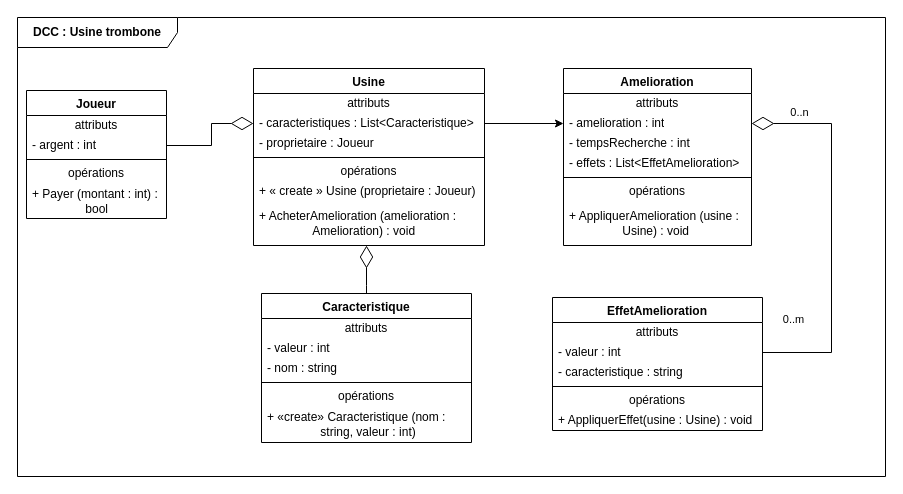
Above: page "Page-5" (5 of 5) of projet-integrateur-1/conception/exemple1-conception.drawio in Cours-Alexandre-Ouellet/cours-alexandre-ouellet.github.io (draw.io), before the change. Source tidied: cells renumbered, new cells numbered last; positions are measured from the earlier drawing's top-left corner, leaving out a move shared by most shapes. Both pictures are drawn from the tidied source at 100%, with x=0, y=0 at pixel (17, 17).
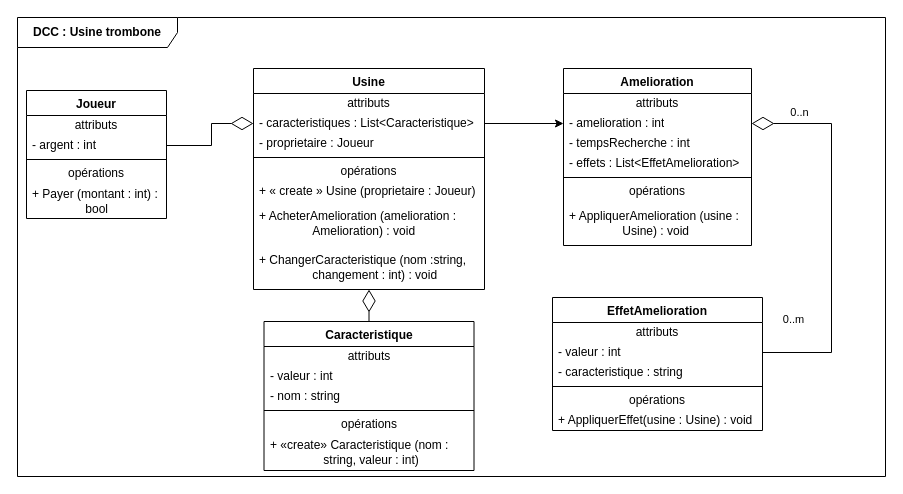
After the change.

Unchanged cells that the change refers to:
```xml
<mxCell id="2" value="&lt;b&gt;DCC : Usine trombone&lt;/b&gt;" style="shape=umlFrame;whiteSpace=wrap;html=1;width=160;" parent="1" vertex="1">
  <mxGeometry width="868" height="459" as="geometry" />
</mxCell>
```

The edit, as a diff of the source:
```diff
@@
     <mxCell id="9" value="&lt;b&gt;Usine&lt;/b&gt;&lt;div&gt;&lt;br&gt;&lt;/div&gt;" style="swimlane;fontStyle=0;align=center;verticalAlign=top;horizontal=1;startSize=25;html=1;whiteSpace=wrap;" parent="2" vertex="1">
-      <mxGeometry x="236" y="51" width="231" height="177" as="geometry" />
+      <mxGeometry x="236" y="51" width="231" height="221" as="geometry" />
     </mxCell>
@@
+    <mxCell id="45" value="+ ChangerCaracteristique (nom :string, &lt;span style=&quot;white-space: pre;&quot;&gt;&#9;&lt;/span&gt;&lt;span style=&quot;white-space: pre;&quot;&gt;&#9;&lt;/span&gt;changement : int) : void" style="text;html=1;strokeColor=none;fillColor=none;align=left;verticalAlign=middle;spacingLeft=4;spacingRight=4;overflow=hidden;whiteSpace=wrap;" parent="9" vertex="1">
+      <mxGeometry y="177" width="231" height="44" as="geometry" />
+    </mxCell>
@@
     <mxCell id="37" value="&lt;b&gt;Caracteristique&lt;/b&gt;" style="swimlane;fontStyle=0;align=center;verticalAlign=top;horizontal=1;startSize=25;html=1;whiteSpace=wrap;" parent="2" vertex="1">
-      <mxGeometry x="244" y="276" width="210" height="149" as="geometry" />
+      <mxGeometry x="246.5" y="304" width="210" height="149" as="geometry" />
     </mxCell>
```
